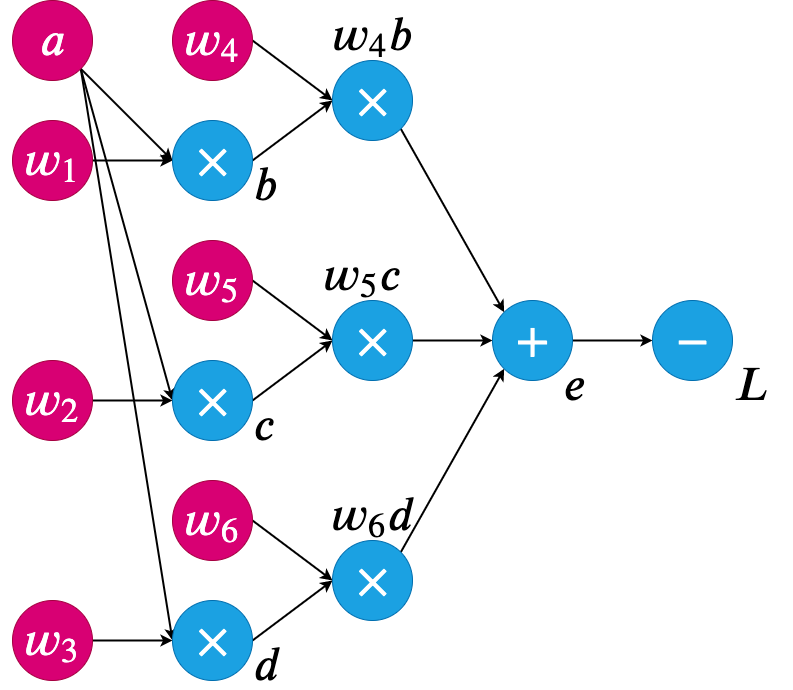
peiyaoli/images-repo keeps this draw.io diagram as img/2-understanding-computation-graph-and-autograd-simple-computation-graph.png. Above is the earlier version. Source tidied: cells renumbered, new cells last; positions are measured from the earlier drawing's top-left corner, leaving out a move shared by most shapes.
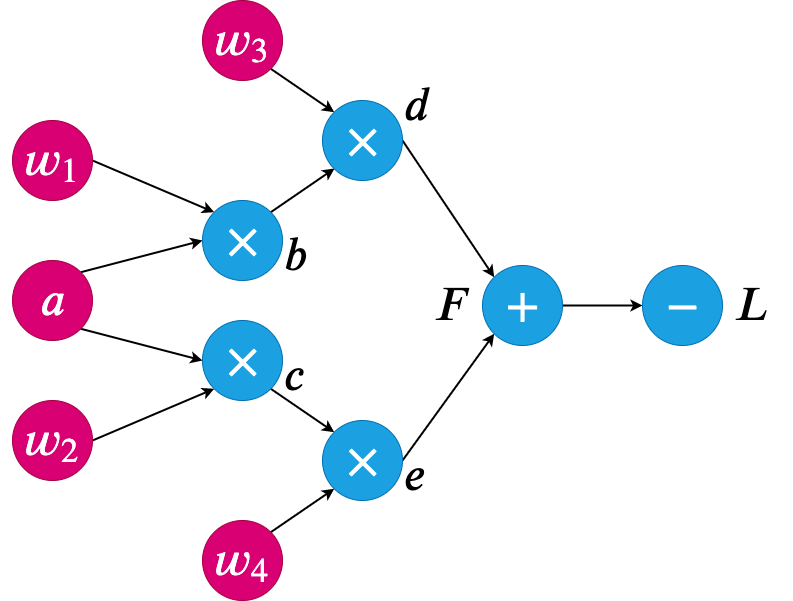
After the change.

Change to the diagram source:
```diff
@@ -2,124 +2,91 @@
   <root>
     <mxCell id="0" />
     <mxCell id="1" parent="0" />
-    <mxCell id="2" style="edgeStyle=none;rounded=0;jettySize=auto;html=1;exitX=1;exitY=1;exitDx=0;exitDy=0;entryX=0;entryY=0.5;entryDx=0;entryDy=0;strokeWidth=2;" parent="1" edge="1" source="5" target="9">
+    <mxCell id="2" style="edgeStyle=none;rounded=0;jettySize=auto;html=1;exitX=1;exitY=0;exitDx=0;exitDy=0;entryX=0;entryY=0.5;entryDx=0;entryDy=0;strokeWidth=2;" parent="1" edge="1" source="5" target="9">
       <mxGeometry relative="1" as="geometry" />
     </mxCell>
     <mxCell id="3" style="edgeStyle=none;rounded=0;jettySize=auto;html=1;entryX=0;entryY=0.5;entryDx=0;entryDy=0;strokeWidth=2;exitX=1;exitY=1;exitDx=0;exitDy=0;" parent="1" edge="1" source="5" target="15">
       <mxGeometry relative="1" as="geometry" />
     </mxCell>
-    <mxCell id="4" style="edgeStyle=none;rounded=0;jettySize=auto;html=1;exitX=1;exitY=1;exitDx=0;exitDy=0;entryX=0;entryY=0.5;entryDx=0;entryDy=0;strokeWidth=2;" parent="1" edge="1" source="5" target="17">
-      <mxGeometry relative="1" as="geometry" />
-    </mxCell>
     <mxCell id="5" value="&lt;font style=&quot;font-size: 40px&quot;&gt;`a`&lt;/font&gt;" style="ellipse;whiteSpace=wrap;html=1;fillColor=#d80073;strokeColor=#A50040;fontColor=#ffffff;" parent="1" vertex="1">
-      <mxGeometry width="80" height="80" as="geometry" />
+      <mxGeometry x="10" y="260" width="80" height="80" as="geometry" />
     </mxCell>
-    <mxCell id="6" style="rounded=0;jettySize=auto;html=1;exitX=1;exitY=0.5;exitDx=0;exitDy=0;entryX=0;entryY=0.5;entryDx=0;entryDy=0;strokeWidth=2;" parent="1" edge="1" source="7" target="9">
+    <mxCell id="6" style="rounded=0;jettySize=auto;html=1;exitX=1;exitY=0.5;exitDx=0;exitDy=0;entryX=0;entryY=0;entryDx=0;entryDy=0;strokeWidth=2;" parent="1" edge="1" source="7" target="9">
       <mxGeometry relative="1" as="geometry" />
     </mxCell>
     <mxCell id="7" value="&lt;font style=&quot;font-size: 40px&quot;&gt;`w_1`&lt;/font&gt;" style="ellipse;whiteSpace=wrap;html=1;fillColor=#d80073;strokeColor=#A50040;fontColor=#ffffff;" parent="1" vertex="1">
-      <mxGeometry y="120" width="80" height="80" as="geometry" />
+      <mxGeometry x="10" y="120" width="80" height="80" as="geometry" />
     </mxCell>
-    <mxCell id="8" style="edgeStyle=none;rounded=0;jettySize=auto;html=1;exitX=1;exitY=0.5;exitDx=0;exitDy=0;entryX=0;entryY=0.5;entryDx=0;entryDy=0;strokeWidth=2;" parent="1" edge="1" source="9" target="25">
-      <mxGeometry relative="1" as="geometry" />
+    <mxCell id="8" style="edgeStyle=none;rounded=0;jettySize=auto;html=1;exitX=1;exitY=0;exitDx=0;exitDy=0;strokeWidth=2;" parent="1" edge="1" source="9">
+      <mxGeometry relative="1" as="geometry">
+        <mxPoint x="332" y="168" as="targetPoint" />
+      </mxGeometry>
     </mxCell>
     <mxCell id="9" value="&lt;font style=&quot;font-size: 40px&quot;&gt;`times`&lt;/font&gt;" style="ellipse;whiteSpace=wrap;html=1;fillColor=#1ba1e2;strokeColor=#006EAF;fontColor=#ffffff;" parent="1" vertex="1">
-      <mxGeometry x="160" y="120" width="80" height="80" as="geometry" />
+      <mxGeometry x="200" y="200" width="80" height="80" as="geometry" />
     </mxCell>
-    <mxCell id="10" style="edgeStyle=none;rounded=0;jettySize=auto;html=1;exitX=1;exitY=0.5;exitDx=0;exitDy=0;entryX=0;entryY=0.5;entryDx=0;entryDy=0;strokeWidth=2;" parent="1" edge="1" source="11" target="15">
+    <mxCell id="10" style="edgeStyle=none;rounded=0;jettySize=auto;html=1;exitX=1;exitY=0.5;exitDx=0;exitDy=0;entryX=0;entryY=1;entryDx=0;entryDy=0;strokeWidth=2;" parent="1" edge="1" source="11" target="15">
       <mxGeometry relative="1" as="geometry" />
     </mxCell>
     <mxCell id="11" value="&lt;font style=&quot;font-size: 40px&quot;&gt;`w_2`&lt;/font&gt;" style="ellipse;whiteSpace=wrap;html=1;fillColor=#d80073;strokeColor=#A50040;fontColor=#ffffff;" parent="1" vertex="1">
-      <mxGeometry y="360" width="80" height="80" as="geometry" />
+      <mxGeometry x="10" y="400" width="80" height="80" as="geometry" />
     </mxCell>
-    <mxCell id="12" style="edgeStyle=none;rounded=0;jettySize=auto;html=1;exitX=1;exitY=0.5;exitDx=0;exitDy=0;entryX=0;entryY=0.5;entryDx=0;entryDy=0;strokeWidth=2;" parent="1" edge="1" source="13" target="17">
+    <mxCell id="12" style="edgeStyle=none;rounded=0;jettySize=auto;html=1;exitX=1;exitY=1;exitDx=0;exitDy=0;strokeWidth=2;entryX=0;entryY=0;entryDx=0;entryDy=0;" parent="1" edge="1" source="13" target="17">
       <mxGeometry relative="1" as="geometry" />
     </mxCell>
     <mxCell id="13" value="&lt;font style=&quot;font-size: 40px&quot;&gt;`w_3`&lt;/font&gt;" style="ellipse;whiteSpace=wrap;html=1;fillColor=#d80073;strokeColor=#A50040;fontColor=#ffffff;" parent="1" vertex="1">
-      <mxGeometry y="600" width="80" height="80" as="geometry" />
+      <mxGeometry x="200" width="80" height="80" as="geometry" />
     </mxCell>
-    <mxCell id="14" style="edgeStyle=none;rounded=0;jettySize=auto;html=1;exitX=1;exitY=0.5;exitDx=0;exitDy=0;strokeWidth=2;" parent="1" edge="1" source="15">
-      <mxGeometry relative="1" as="geometry">
-        <mxPoint x="320" y="340" as="targetPoint" />
-      </mxGeometry>
+    <mxCell id="14" style="edgeStyle=none;rounded=0;jettySize=auto;html=1;exitX=1;exitY=1;exitDx=0;exitDy=0;strokeWidth=2;entryX=0;entryY=0;entryDx=0;entryDy=0;" parent="1" edge="1" source="15" target="29">
+      <mxGeometry relative="1" as="geometry" />
     </mxCell>
     <mxCell id="15" value="&lt;font style=&quot;font-size: 40px&quot;&gt;`times`&lt;/font&gt;" style="ellipse;whiteSpace=wrap;html=1;fillColor=#1ba1e2;strokeColor=#006EAF;fontColor=#ffffff;" parent="1" vertex="1">
-      <mxGeometry x="160" y="360" width="80" height="80" as="geometry" />
+      <mxGeometry x="200" y="320" width="80" height="80" as="geometry" />
     </mxCell>
-    <mxCell id="16" style="edgeStyle=none;rounded=0;jettySize=auto;html=1;exitX=1;exitY=0.5;exitDx=0;exitDy=0;entryX=0;entryY=0.5;entryDx=0;entryDy=0;strokeWidth=2;" parent="1" edge="1" source="17" target="29">
-      <mxGeometry relative="1" as="geometry" />
-    </mxCell>
+    <mxCell id="41" style="edgeStyle=none;rounded=0;jettySize=auto;html=1;exitX=1;exitY=0.5;exitDx=0;exitDy=0;entryX=0;entryY=0;entryDx=0;entryDy=0;endArrow=classic;endFill=1;strokeWidth=2;" parent="1" edge="1" source="17" target="31">
+      <mxGeometry relative="1" as="geometry" />
+    </mxCell>
     <mxCell id="17" value="&lt;font style=&quot;font-size: 40px&quot;&gt;`times`&lt;/font&gt;" style="ellipse;whiteSpace=wrap;html=1;fillColor=#1ba1e2;strokeColor=#006EAF;fontColor=#ffffff;" parent="1" vertex="1">
-      <mxGeometry x="160" y="600" width="80" height="80" as="geometry" />
+      <mxGeometry x="320" y="100" width="80" height="80" as="geometry" />
     </mxCell>
-    <mxCell id="18" style="edgeStyle=none;rounded=0;jettySize=auto;html=1;exitX=1;exitY=0.5;exitDx=0;exitDy=0;entryX=0;entryY=0.5;entryDx=0;entryDy=0;strokeWidth=2;" parent="1" edge="1" source="19" target="29">
-      <mxGeometry relative="1" as="geometry" />
-    </mxCell>
-    <mxCell id="19" value="&lt;font style=&quot;font-size: 40px&quot;&gt;`w_6`&lt;/font&gt;" style="ellipse;whiteSpace=wrap;html=1;fillColor=#d80073;strokeColor=#A50040;fontColor=#ffffff;" parent="1" vertex="1">
-      <mxGeometry x="160" y="480" width="80" height="80" as="geometry" />
-    </mxCell>
-    <mxCell id="20" style="edgeStyle=none;rounded=0;jettySize=auto;html=1;exitX=1;exitY=0.5;exitDx=0;exitDy=0;entryX=0;entryY=0.5;entryDx=0;entryDy=0;strokeWidth=2;" parent="1" edge="1" source="21" target="27">
-      <mxGeometry relative="1" as="geometry" />
-    </mxCell>
-    <mxCell id="21" value="&lt;font style=&quot;font-size: 40px&quot;&gt;`w_5`&lt;/font&gt;" style="ellipse;whiteSpace=wrap;html=1;fillColor=#d80073;strokeColor=#A50040;fontColor=#ffffff;" parent="1" vertex="1">
-      <mxGeometry x="160" y="240" width="80" height="80" as="geometry" />
-    </mxCell>
-    <mxCell id="22" style="edgeStyle=none;rounded=0;jettySize=auto;html=1;exitX=1;exitY=0.5;exitDx=0;exitDy=0;entryX=0;entryY=0.5;entryDx=0;entryDy=0;strokeWidth=2;" parent="1" edge="1" source="23" target="25">
-      <mxGeometry relative="1" as="geometry" />
-    </mxCell>
+    <mxCell id="42" style="edgeStyle=none;rounded=0;jettySize=auto;html=1;exitX=1;exitY=0;exitDx=0;exitDy=0;entryX=0;entryY=1;entryDx=0;entryDy=0;endArrow=classic;endFill=1;strokeWidth=2;" parent="1" edge="1" source="23" target="29">
+      <mxGeometry relative="1" as="geometry" />
+    </mxCell>
     <mxCell id="23" value="&lt;font style=&quot;font-size: 40px&quot;&gt;`w_4`&lt;/font&gt;" style="ellipse;whiteSpace=wrap;html=1;fillColor=#d80073;strokeColor=#A50040;fontColor=#ffffff;" parent="1" vertex="1">
-      <mxGeometry x="160" width="80" height="80" as="geometry" />
+      <mxGeometry x="200" y="520" width="80" height="80" as="geometry" />
     </mxCell>
-    <mxCell id="24" style="edgeStyle=none;rounded=0;jettySize=auto;html=1;exitX=1;exitY=1;exitDx=0;exitDy=0;entryX=0;entryY=0;entryDx=0;entryDy=0;strokeWidth=2;" parent="1" edge="1" source="25" target="31">
-      <mxGeometry relative="1" as="geometry" />
-    </mxCell>
-    <mxCell id="25" value="&lt;font style=&quot;font-size: 40px&quot;&gt;`times`&lt;/font&gt;" style="ellipse;whiteSpace=wrap;html=1;fillColor=#1ba1e2;strokeColor=#006EAF;fontColor=#ffffff;" parent="1" vertex="1">
-      <mxGeometry x="320" y="60" width="80" height="80" as="geometry" />
-    </mxCell>
-    <mxCell id="26" style="edgeStyle=none;rounded=0;jettySize=auto;html=1;exitX=1;exitY=0.5;exitDx=0;exitDy=0;strokeWidth=2;" parent="1" edge="1" source="27" target="31">
-      <mxGeometry relative="1" as="geometry" />
-    </mxCell>
-    <mxCell id="27" value="&lt;font style=&quot;font-size: 40px&quot;&gt;`times`&lt;/font&gt;" style="ellipse;whiteSpace=wrap;html=1;fillColor=#1ba1e2;strokeColor=#006EAF;fontColor=#ffffff;" parent="1" vertex="1">
-      <mxGeometry x="320" y="300" width="80" height="80" as="geometry" />
-    </mxCell>
-    <mxCell id="28" style="edgeStyle=none;rounded=0;jettySize=auto;html=1;exitX=1;exitY=0;exitDx=0;exitDy=0;entryX=0;entryY=1;entryDx=0;entryDy=0;strokeWidth=2;" parent="1" edge="1" source="29" target="31">
+    <mxCell id="28" style="edgeStyle=none;rounded=0;jettySize=auto;html=1;entryX=0;entryY=1;entryDx=0;entryDy=0;strokeWidth=2;exitX=1;exitY=0.5;exitDx=0;exitDy=0;" parent="1" edge="1" source="29" target="31">
       <mxGeometry relative="1" as="geometry" />
     </mxCell>
     <mxCell id="29" value="&lt;font style=&quot;font-size: 40px&quot;&gt;`times`&lt;/font&gt;" style="ellipse;whiteSpace=wrap;html=1;fillColor=#1ba1e2;strokeColor=#006EAF;fontColor=#ffffff;" parent="1" vertex="1">
-      <mxGeometry x="320" y="540" width="80" height="80" as="geometry" />
+      <mxGeometry x="320" y="420" width="80" height="80" as="geometry" />
     </mxCell>
     <mxCell id="30" style="edgeStyle=none;rounded=0;jettySize=auto;html=1;exitX=1;exitY=0.5;exitDx=0;exitDy=0;entryX=0;entryY=0.5;entryDx=0;entryDy=0;strokeWidth=2;" parent="1" edge="1" source="31" target="32">
       <mxGeometry relative="1" as="geometry" />
     </mxCell>
     <mxCell id="31" value="&lt;font style=&quot;font-size: 40px&quot;&gt;`+`&lt;/font&gt;" style="ellipse;whiteSpace=wrap;html=1;fillColor=#1ba1e2;strokeColor=#006EAF;fontColor=#ffffff;" parent="1" vertex="1">
-      <mxGeometry x="480" y="300" width="80" height="80" as="geometry" />
+      <mxGeometry x="480" y="265" width="80" height="80" as="geometry" />
     </mxCell>
     <mxCell id="32" value="&lt;span style=&quot;font-size: 40px&quot;&gt;`-`&lt;/span&gt;" style="ellipse;whiteSpace=wrap;html=1;fillColor=#1ba1e2;strokeColor=#006EAF;fontColor=#ffffff;" parent="1" vertex="1">
-      <mxGeometry x="640" y="300" width="80" height="80" as="geometry" />
+      <mxGeometry x="640" y="265" width="80" height="80" as="geometry" />
     </mxCell>
     <mxCell id="33" value="&lt;font style=&quot;font-size: 40px&quot;&gt;`b`&lt;/font&gt;" style="text;html=1;align=left;verticalAlign=middle;" parent="1" vertex="1">
-      <mxGeometry x="240" y="170" width="60" height="30" as="geometry" />
+      <mxGeometry x="280" y="240" width="60" height="30" as="geometry" />
     </mxCell>
     <mxCell id="34" value="&lt;font style=&quot;font-size: 40px&quot;&gt;`c`&lt;/font&gt;" style="text;html=1;align=left;verticalAlign=middle;" parent="1" vertex="1">
-      <mxGeometry x="240" y="410" width="60" height="30" as="geometry" />
+      <mxGeometry x="280" y="360" width="60" height="30" as="geometry" />
     </mxCell>
     <mxCell id="35" value="&lt;font style=&quot;font-size: 40px&quot;&gt;`d`&lt;/font&gt;" style="text;html=1;align=left;verticalAlign=middle;" parent="1" vertex="1">
-      <mxGeometry x="240" y="650" width="60" height="30" as="geometry" />
+      <mxGeometry x="400" y="90" width="60" height="30" as="geometry" />
     </mxCell>
     <mxCell id="36" value="&lt;font style=&quot;font-size: 40px&quot;&gt;`e`&lt;/font&gt;" style="text;html=1;align=left;verticalAlign=middle;" parent="1" vertex="1">
-      <mxGeometry x="550" y="370" width="60" height="30" as="geometry" />
+      <mxGeometry x="400" y="460" width="60" height="30" as="geometry" />
     </mxCell>
     <mxCell id="37" value="&lt;font style=&quot;font-size: 40px&quot;&gt;`L`&lt;/font&gt;" style="text;html=1;align=left;verticalAlign=middle;" parent="1" vertex="1">
-      <mxGeometry x="720" y="370" width="60" height="30" as="geometry" />
+      <mxGeometry x="730" y="290" width="60" height="30" as="geometry" />
     </mxCell>
-    <mxCell id="38" value="&lt;font style=&quot;font-size: 40px&quot;&gt;`w_4b`&lt;/font&gt;" style="text;html=1;align=center;verticalAlign=middle;" parent="1" vertex="1">
-      <mxGeometry x="290" y="20" width="140" height="30" as="geometry" />
-    </mxCell>
-    <mxCell id="39" value="&lt;font style=&quot;font-size: 40px&quot;&gt;`w_5c`&lt;/font&gt;" style="text;html=1;align=center;verticalAlign=middle;" parent="1" vertex="1">
-      <mxGeometry x="280" y="260" width="140" height="30" as="geometry" />
-    </mxCell>
-    <mxCell id="40" value="&lt;font style=&quot;font-size: 40px&quot;&gt;`w_6d`&lt;/font&gt;" style="text;html=1;align=center;verticalAlign=middle;" parent="1" vertex="1">
-      <mxGeometry x="290" y="500" width="140" height="30" as="geometry" />
-    </mxCell>
+    <mxCell id="43" value="&lt;font style=&quot;font-size: 40px&quot;&gt;`F`&lt;/font&gt;" style="text;html=1;align=left;verticalAlign=middle;" parent="1" vertex="1">
+      <mxGeometry x="430" y="290" width="70" height="30" as="geometry" />
+    </mxCell>
   </root>
 </mxGraphModel>
```
